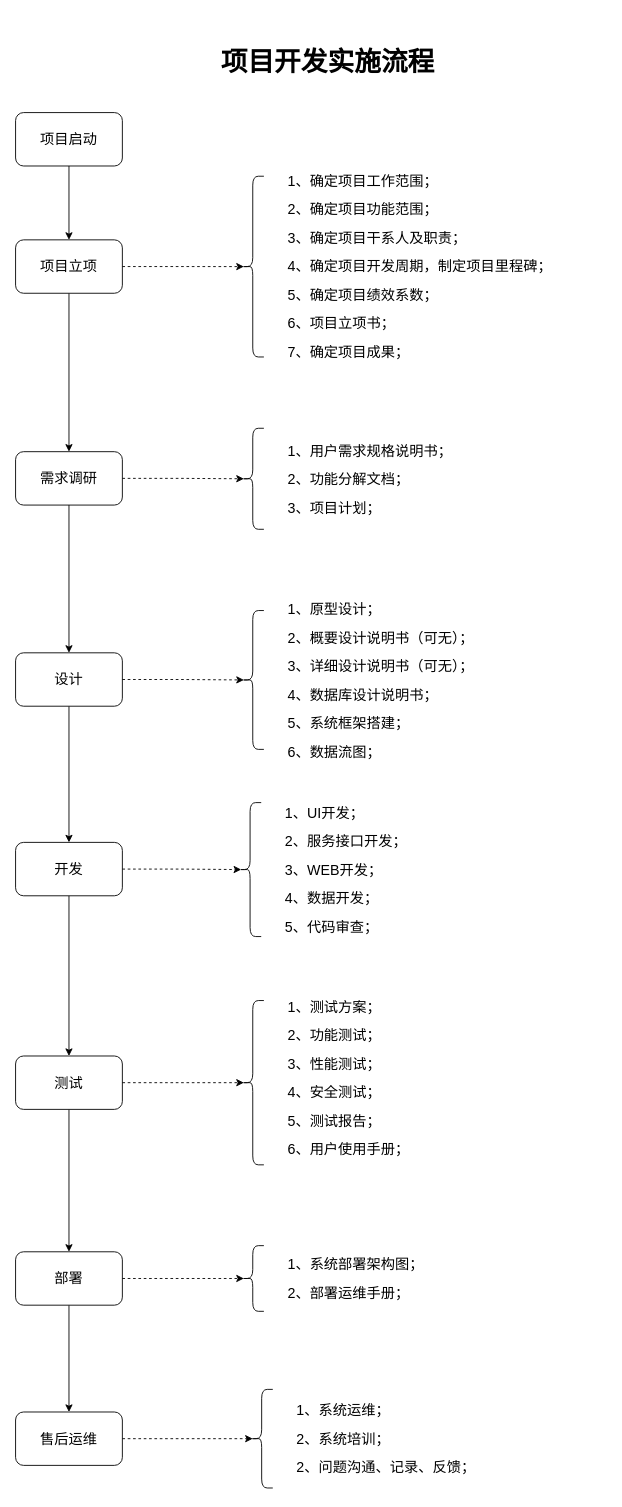
Above: 项目管理&绩效考核.drawio in z-cloud-z/draw (draw.io), before the change. Source tidied: cells renumbered, new cells numbered last; positions are measured from the earlier drawing's top-left corner, leaving out a move shared by most shapes. Both pictures are drawn from the tidied source at 89%, with x=0, y=0 at pixel (15, 35).
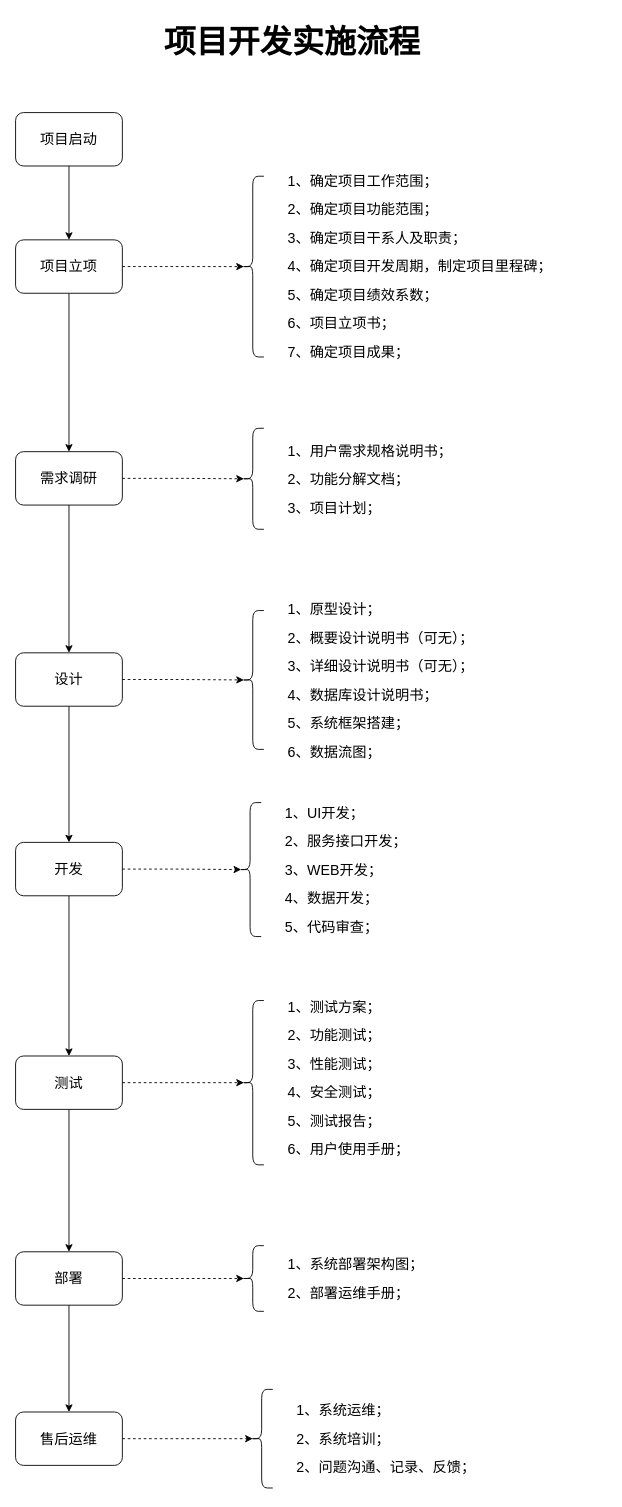
The same diagram, later.

Commit message:
更新项目管理&绩效考核.drawio

Change to the diagram source:
```diff
@@
-    <mxCell id="45" value="项目开发实施流程" style="text;html=1;strokeColor=none;fillColor=none;align=center;verticalAlign=middle;whiteSpace=wrap;rounded=0;fontSize=30;fontStyle=1;" parent="1" vertex="1">
-      <mxGeometry x="151" width="400" height="60" as="geometry" />
+    <mxCell id="45" value="项目开发实施流程" style="text;html=1;strokeColor=none;fillColor=none;align=center;verticalAlign=middle;whiteSpace=wrap;rounded=0;fontSize=36;fontStyle=1;" parent="1" vertex="1">
+      <mxGeometry x="111" y="-22" width="400" height="60" as="geometry" />
     </mxCell>
```
